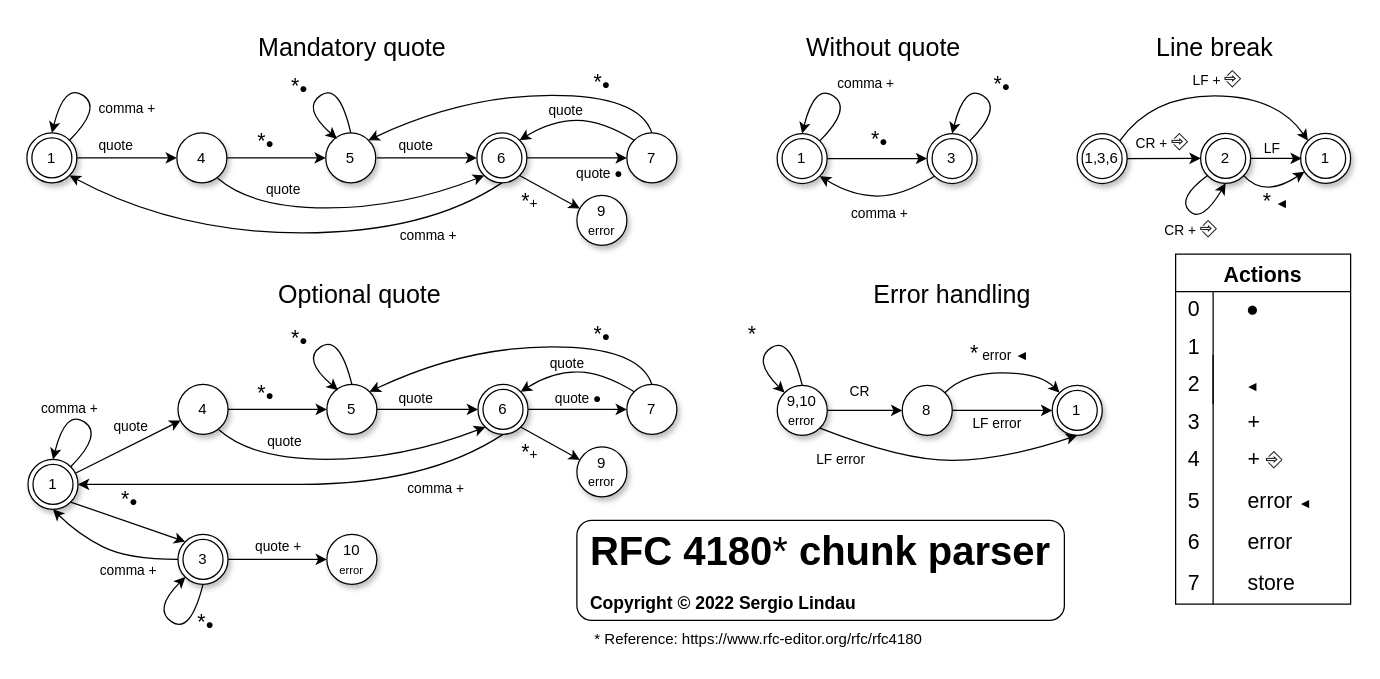
Earlier version of the draw.io diagram doc/automata.drawio (sergiolindau/ts-csv-json5). Source tidied: cells renumbered, new cells numbered last; positions are measured from the earlier drawing's top-left corner, leaving out a move shared by most shapes. Both pictures are drawn from the tidied source at 125%, with x=0, y=0 at pixel (26, 21).
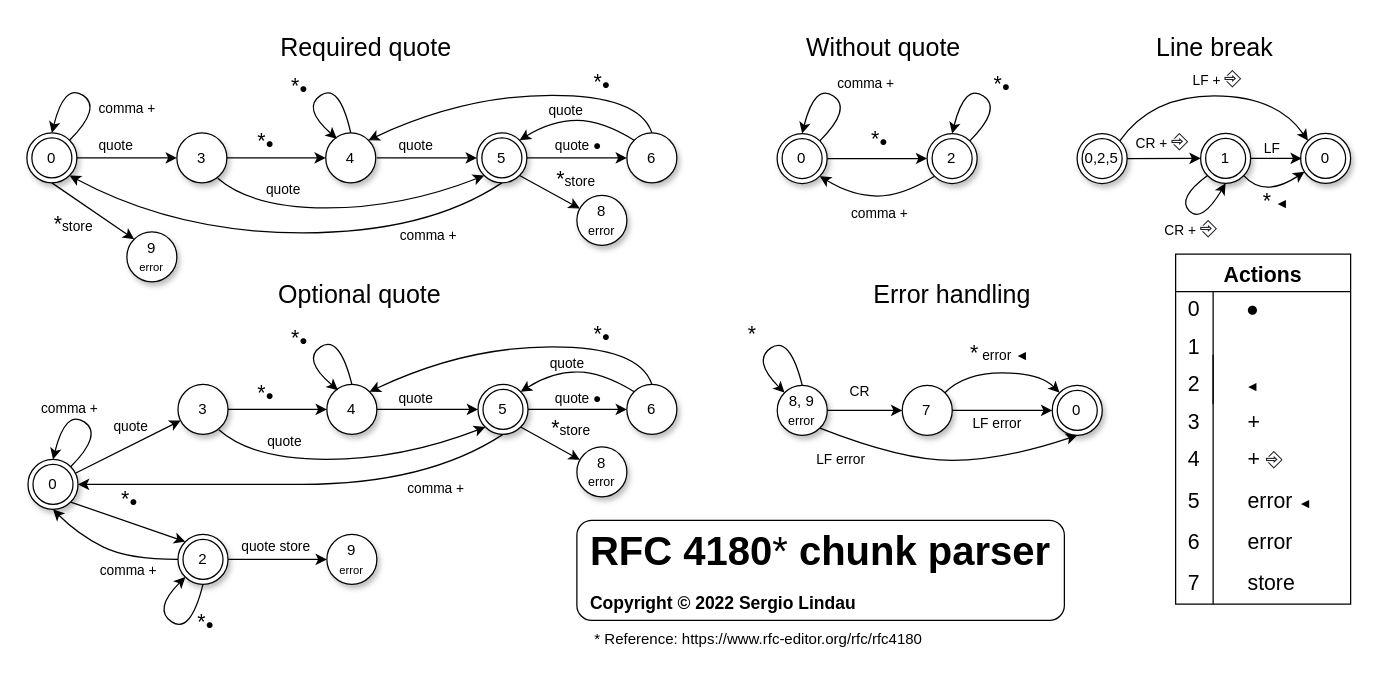
After the change.

The change refers to these unchanged cells:
```xml
<mxCell id="62" style="endArrow=classic;html=1;rounded=0;labelBorderColor=none;fontFamily=Helvetica;fontSize=11;entryX=0;entryY=0.5;entryDx=0;entryDy=0;exitX=1;exitY=0.5;exitDx=0;exitDy=0;" parent="1" edge="1" source="51" target="56">
  <mxGeometry relative="1" as="geometry" />
</mxCell>
<mxCell id="74" style="endArrow=classic;html=1;rounded=0;labelBorderColor=none;fontFamily=Helvetica;fontSize=11;exitX=1;exitY=1;exitDx=0;exitDy=0;" parent="1" edge="1" source="51" target="57">
  <mxGeometry relative="1" as="geometry" />
</mxCell>
<mxCell id="116" style="endArrow=classic;html=1;rounded=0;labelBorderColor=none;fontFamily=Helvetica;fontSize=11;exitX=1;exitY=1;exitDx=0;exitDy=0;" parent="1" edge="1" source="93" target="99">
  <mxGeometry relative="1" as="geometry" />
</mxCell>
<mxCell id="128" style="endArrow=classic;html=1;rounded=0;labelBorderColor=none;entryX=0;entryY=0.5;entryDx=0;entryDy=0;exitX=1;exitY=0.5;exitDx=0;exitDy=0;" parent="1" edge="1" source="120" target="127">
  <mxGeometry relative="1" as="geometry" />
</mxCell>
```

The edit, as a diff of the source:
```diff
@@
-    <mxCell id="2" value="9,10&lt;br&gt;&lt;font style=&quot;font-size: 10px;&quot;&gt;error&lt;/font&gt;" style="ellipse;whiteSpace=wrap;html=1;shadow=1;" parent="1" vertex="1">
+    <mxCell id="2" value="8, 9&lt;br&gt;&lt;font style=&quot;font-size: 10px;&quot;&gt;error&lt;/font&gt;" style="ellipse;whiteSpace=wrap;html=1;shadow=1;" parent="1" vertex="1">
       <mxGeometry x="600.3" y="290.8" width="40" height="40" as="geometry" />
     </mxCell>
-    <mxCell id="3" value="8" style="ellipse;whiteSpace=wrap;html=1;shadow=1;" parent="1" vertex="1">
+    <mxCell id="3" value="7" style="ellipse;whiteSpace=wrap;html=1;shadow=1;" parent="1" vertex="1">
       <mxGeometry x="700.3" y="290.8" width="40" height="40" as="geometry" />
     </mxCell>
-    <mxCell id="4" value="1" style="ellipse;shape=doubleEllipse;whiteSpace=wrap;html=1;shadow=1;" parent="1" vertex="1">
+    <mxCell id="4" value="0" style="ellipse;shape=doubleEllipse;whiteSpace=wrap;html=1;shadow=1;" parent="1" vertex="1">
       <mxGeometry x="820.3" y="290.8" width="40" height="40" as="geometry" />
     </mxCell>
@@
-    <mxCell id="40" value="1" style="ellipse;shape=doubleEllipse;whiteSpace=wrap;html=1;shadow=1;" parent="1" vertex="1">
+    <mxCell id="40" value="0" style="ellipse;shape=doubleEllipse;whiteSpace=wrap;html=1;shadow=1;" parent="1" vertex="1">
       <mxGeometry x="600.2" y="89.3" width="40" height="40" as="geometry" />
     </mxCell>
-    <mxCell id="41" value="3" style="ellipse;shape=doubleEllipse;whiteSpace=wrap;html=1;shadow=1;" parent="1" vertex="1">
+    <mxCell id="41" value="2" style="ellipse;shape=doubleEllipse;whiteSpace=wrap;html=1;shadow=1;" parent="1" vertex="1">
       <mxGeometry x="720.2" y="89.3" width="40" height="40" as="geometry" />
     </mxCell>
@@
-    <mxCell id="50" value="1" style="ellipse;shape=doubleEllipse;whiteSpace=wrap;html=1;shadow=1;" parent="1" vertex="1">
+    <mxCell id="50" value="0" style="ellipse;shape=doubleEllipse;whiteSpace=wrap;html=1;shadow=1;" parent="1" vertex="1">
       <mxGeometry y="88.8" width="40" height="40" as="geometry" />
     </mxCell>
-    <mxCell id="51" value="6" style="ellipse;shape=doubleEllipse;whiteSpace=wrap;html=1;shadow=1;" parent="1" vertex="1">
+    <mxCell id="51" value="5" style="ellipse;shape=doubleEllipse;whiteSpace=wrap;html=1;shadow=1;" parent="1" vertex="1">
       <mxGeometry x="360" y="88.8" width="40" height="40" as="geometry" />
     </mxCell>
-    <mxCell id="52" value="4" style="ellipse;whiteSpace=wrap;html=1;shadow=1;" parent="1" vertex="1">
+    <mxCell id="52" value="3" style="ellipse;whiteSpace=wrap;html=1;shadow=1;" parent="1" vertex="1">
       <mxGeometry x="120" y="88.8" width="40" height="40" as="geometry" />
     </mxCell>
@@
-    <mxCell id="55" value="5" style="ellipse;whiteSpace=wrap;html=1;shadow=1;" parent="1" vertex="1">
+    <mxCell id="55" value="4" style="ellipse;whiteSpace=wrap;html=1;shadow=1;" parent="1" vertex="1">
       <mxGeometry x="239.1" y="88.8" width="40" height="40" as="geometry" />
     </mxCell>
-    <mxCell id="56" value="7" style="ellipse;whiteSpace=wrap;html=1;shadow=1;" parent="1" vertex="1">
+    <mxCell id="56" value="6" style="ellipse;whiteSpace=wrap;html=1;shadow=1;" parent="1" vertex="1">
       <mxGeometry x="480" y="88.8" width="40" height="40" as="geometry" />
     </mxCell>
-    <mxCell id="57" value="9&lt;br&gt;&lt;font style=&quot;font-size: 10px;&quot;&gt;error&lt;/font&gt;" style="ellipse;whiteSpace=wrap;html=1;shadow=1;" parent="1" vertex="1">
+    <mxCell id="57" value="8&lt;br&gt;&lt;font style=&quot;font-size: 10px;&quot;&gt;error&lt;/font&gt;" style="ellipse;whiteSpace=wrap;html=1;shadow=1;" parent="1" vertex="1">
       <mxGeometry x="440" y="138.8" width="40" height="40" as="geometry" />
     </mxCell>
@@
     <mxCell id="63" value="quote ●" style="edgeLabel;html=1;align=center;verticalAlign=middle;fontSize=11;fontFamily=Helvetica;" parent="62" vertex="1">
       <mxGeometry x="-0.33" relative="1" as="geometry">
-        <mxPoint x="30" y="12" as="offset" />
+        <mxPoint x="13" y="-10" as="offset" />
       </mxGeometry>
     </mxCell>
@@
-    <mxCell id="75" value="&lt;font style=&quot;font-size: 17px;&quot; face=&quot;Symbol&quot;&gt;*&lt;/font&gt;&lt;font style=&quot;font-size: 11px;&quot; face=&quot;Symbol&quot;&gt;+&lt;/font&gt;" style="edgeLabel;html=1;align=center;verticalAlign=middle;fontSize=11;fontFamily=Helvetica;" parent="74" vertex="1">
+    <mxCell id="75" value="&lt;font style=&quot;font-size: 17px;&quot; face=&quot;Symbol&quot;&gt;*&lt;/font&gt;&lt;font style=&quot;font-size: 11px;&quot;&gt;store&lt;/font&gt;" style="edgeLabel;html=1;align=center;verticalAlign=middle;fontSize=11;fontFamily=Helvetica;" parent="74" vertex="1">
       <mxGeometry x="0.45" y="-2" relative="1" as="geometry">
-        <mxPoint x="-27" as="offset" />
+        <mxPoint x="10" y="-17" as="offset" />
       </mxGeometry>
     </mxCell>
@@
-    <mxCell id="78" value="1,3,6" style="ellipse;shape=doubleEllipse;whiteSpace=wrap;html=1;shadow=1;" parent="1" vertex="1">
+    <mxCell id="78" value="0,2,5" style="ellipse;shape=doubleEllipse;whiteSpace=wrap;html=1;shadow=1;" parent="1" vertex="1">
       <mxGeometry x="840.2" y="89.3" width="40" height="40" as="geometry" />
     </mxCell>
-    <mxCell id="79" value="2" style="ellipse;shape=doubleEllipse;whiteSpace=wrap;html=1;shadow=1;" parent="1" vertex="1">
+    <mxCell id="79" value="1" style="ellipse;shape=doubleEllipse;whiteSpace=wrap;html=1;shadow=1;" parent="1" vertex="1">
       <mxGeometry x="939" y="89.2" width="40" height="40" as="geometry" />
     </mxCell>
-    <mxCell id="80" value="1" style="ellipse;shape=doubleEllipse;whiteSpace=wrap;html=1;shadow=1;" parent="1" vertex="1">
+    <mxCell id="80" value="0" style="ellipse;shape=doubleEllipse;whiteSpace=wrap;html=1;shadow=1;" parent="1" vertex="1">
       <mxGeometry x="1019" y="89.2" width="40" height="40" as="geometry" />
     </mxCell>
@@
-    <mxCell id="92" value="1" style="ellipse;shape=doubleEllipse;whiteSpace=wrap;html=1;shadow=1;" parent="1" vertex="1">
+    <mxCell id="92" value="0" style="ellipse;shape=doubleEllipse;whiteSpace=wrap;html=1;shadow=1;" parent="1" vertex="1">
       <mxGeometry x="0.9" y="350" width="40" height="40" as="geometry" />
     </mxCell>
-    <mxCell id="93" value="6" style="ellipse;shape=doubleEllipse;whiteSpace=wrap;html=1;shadow=1;" parent="1" vertex="1">
+    <mxCell id="93" value="5" style="ellipse;shape=doubleEllipse;whiteSpace=wrap;html=1;shadow=1;" parent="1" vertex="1">
       <mxGeometry x="360.9" y="290" width="40" height="40" as="geometry" />
     </mxCell>
-    <mxCell id="94" value="4" style="ellipse;whiteSpace=wrap;html=1;shadow=1;" parent="1" vertex="1">
+    <mxCell id="94" value="3" style="ellipse;whiteSpace=wrap;html=1;shadow=1;" parent="1" vertex="1">
       <mxGeometry x="120.9" y="290" width="40" height="40" as="geometry" />
     </mxCell>
@@
-    <mxCell id="97" value="5" style="ellipse;whiteSpace=wrap;html=1;shadow=1;" parent="1" vertex="1">
+    <mxCell id="97" value="4" style="ellipse;whiteSpace=wrap;html=1;shadow=1;" parent="1" vertex="1">
       <mxGeometry x="240" y="290" width="40" height="40" as="geometry" />
     </mxCell>
-    <mxCell id="98" value="7" style="ellipse;whiteSpace=wrap;html=1;shadow=1;" parent="1" vertex="1">
+    <mxCell id="98" value="6" style="ellipse;whiteSpace=wrap;html=1;shadow=1;" parent="1" vertex="1">
       <mxGeometry x="480" y="290" width="40" height="40" as="geometry" />
     </mxCell>
-    <mxCell id="99" value="9&lt;br&gt;&lt;font style=&quot;font-size: 10px;&quot;&gt;error&lt;/font&gt;" style="ellipse;whiteSpace=wrap;html=1;shadow=1;" parent="1" vertex="1">
+    <mxCell id="99" value="8&lt;br&gt;&lt;font style=&quot;font-size: 10px;&quot;&gt;error&lt;/font&gt;" style="ellipse;whiteSpace=wrap;html=1;shadow=1;" parent="1" vertex="1">
       <mxGeometry x="440" y="340" width="40" height="40" as="geometry" />
     </mxCell>
@@
-    <mxCell id="117" value="&lt;font style=&quot;font-size: 17px;&quot; face=&quot;Symbol&quot;&gt;*&lt;/font&gt;&lt;font style=&quot;font-size: 11px;&quot; face=&quot;Symbol&quot;&gt;+&lt;/font&gt;" style="edgeLabel;html=1;align=center;verticalAlign=middle;fontSize=11;fontFamily=Helvetica;" parent="116" vertex="1">
+    <mxCell id="117" value="&lt;font style=&quot;font-size: 17px;&quot; face=&quot;Symbol&quot;&gt;*&lt;/font&gt;&lt;font style=&quot;font-size: 11px;&quot;&gt;store&lt;/font&gt;" style="edgeLabel;html=1;align=center;verticalAlign=middle;fontSize=11;fontFamily=Helvetica;" parent="116" vertex="1">
       <mxGeometry x="0.45" y="-2" relative="1" as="geometry">
-        <mxPoint x="-27" as="offset" />
+        <mxPoint x="6" y="-19" as="offset" />
       </mxGeometry>
     </mxCell>
@@
-    <mxCell id="120" value="3" style="ellipse;shape=doubleEllipse;whiteSpace=wrap;html=1;shadow=1;" parent="1" vertex="1">
+    <mxCell id="120" value="2" style="ellipse;shape=doubleEllipse;whiteSpace=wrap;html=1;shadow=1;" parent="1" vertex="1">
       <mxGeometry x="120.9" y="410" width="40" height="40" as="geometry" />
     </mxCell>
@@
-    <mxCell id="127" value="10&lt;br&gt;&lt;font style=&quot;font-size: 9px;&quot;&gt;error&lt;/font&gt;" style="ellipse;whiteSpace=wrap;html=1;shadow=1;" parent="1" vertex="1">
+    <mxCell id="127" value="9&lt;br&gt;&lt;font style=&quot;font-size: 9px;&quot;&gt;error&lt;/font&gt;" style="ellipse;whiteSpace=wrap;html=1;shadow=1;" parent="1" vertex="1">
       <mxGeometry x="240" y="410" width="40" height="40" as="geometry" />
     </mxCell>
@@
-    <mxCell id="129" value="quote +" style="edgeLabel;html=1;align=center;verticalAlign=middle;" parent="128" vertex="1">
+    <mxCell id="129" value="quote store" style="edgeLabel;html=1;align=center;verticalAlign=middle;" parent="128" vertex="1">
       <mxGeometry x="-0.17" y="-1" relative="1" as="geometry">
-        <mxPoint x="7" y="-12" as="offset" />
+        <mxPoint x="5" y="-12" as="offset" />
       </mxGeometry>
     </mxCell>
@@
-    <mxCell id="132" value="Mandatory quote" style="text;html=1;align=center;verticalAlign=middle;strokeColor=none;fillColor=none;fontSize=20;" parent="1" vertex="1">
-      <mxGeometry x="174.8" y="-0.2" width="170" height="40" as="geometry" />
+    <mxCell id="132" value="Required quote" style="text;html=1;align=center;verticalAlign=middle;strokeColor=none;fillColor=none;fontSize=20;" parent="1" vertex="1">
+      <mxGeometry x="190.9" width="160" height="40" as="geometry" />
     </mxCell>
@@
+    <mxCell id="135" value="9&lt;br&gt;&lt;font style=&quot;font-size: 9px;&quot;&gt;error&lt;/font&gt;" style="ellipse;whiteSpace=wrap;html=1;shadow=1;" parent="1" vertex="1">
+      <mxGeometry x="80" y="168" width="40" height="40" as="geometry" />
+    </mxCell>
+    <mxCell id="136" style="endArrow=classic;html=1;rounded=0;labelBorderColor=none;fontSize=17;exitX=0.5;exitY=1;exitDx=0;exitDy=0;entryX=0;entryY=0;entryDx=0;entryDy=0;" parent="1" edge="1" source="50" target="135">
+      <mxGeometry relative="1" as="geometry" />
+    </mxCell>
+    <mxCell id="137" value="&lt;font face=&quot;Symbol&quot;&gt;*&lt;/font&gt;&lt;span style=&quot;font-size: 11px;&quot;&gt;store&lt;/span&gt;" style="edgeLabel;html=1;align=center;verticalAlign=middle;fontSize=17;" parent="136" vertex="1">
+      <mxGeometry x="-0.16" y="1" relative="1" as="geometry">
+        <mxPoint x="-12" y="15" as="offset" />
+      </mxGeometry>
+    </mxCell>
```
